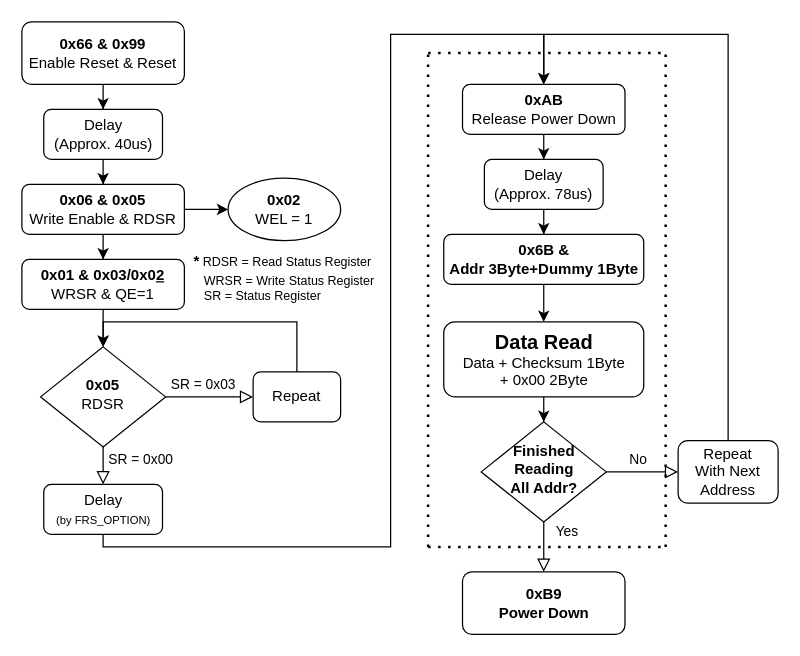
Earlier version of the draw.io diagram Untitled Diagram.drawio (ssafy-web-project-weather/Repo). Source tidied: cells renumbered, new cells numbered last; positions are measured from the earlier drawing's top-left corner, leaving out a move shared by most shapes. Both pictures are drawn from the tidied source at 125%, with x=0, y=0 at pixel (21, 21).
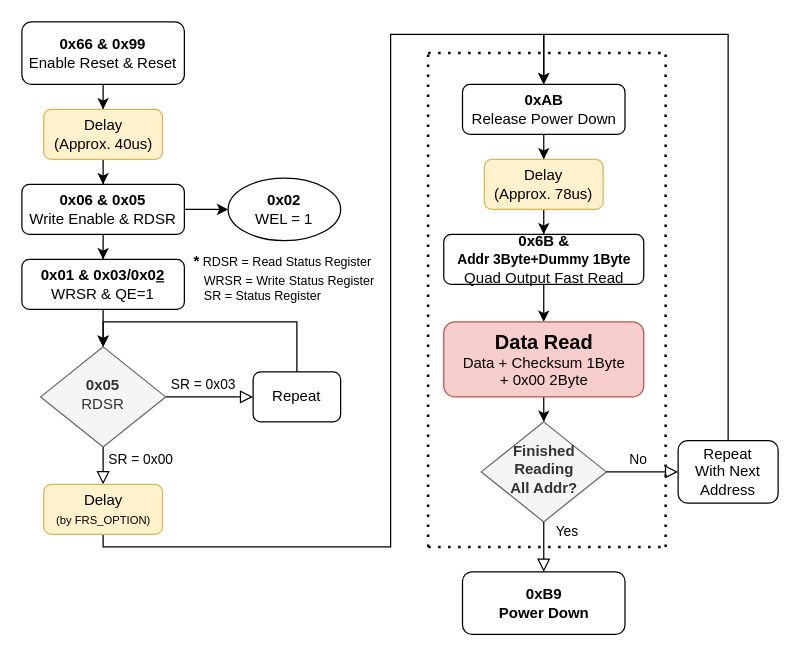
The same page after the edit.

What changed in the source:
```diff
@@
-    <mxCell id="5" value="Delay&lt;br&gt;(Approx. 40us)" style="rounded=1;whiteSpace=wrap;html=1;fontSize=12;glass=0;strokeWidth=1;shadow=0;" parent="1" vertex="1">
+    <mxCell id="5" value="Delay&lt;br&gt;(Approx. 40us)" style="rounded=1;whiteSpace=wrap;html=1;fontSize=12;glass=0;strokeWidth=1;shadow=0;fillColor=#fff2cc;strokeColor=#d6b656;" parent="1" vertex="1">
       <mxGeometry x="17.5" y="70" width="95" height="40" as="geometry" />
     </mxCell>
@@
-    <mxCell id="8" value="&lt;b&gt;0x05&lt;/b&gt;&lt;br&gt;RDSR" style="rhombus;whiteSpace=wrap;html=1;shadow=0;fontFamily=Helvetica;fontSize=12;align=center;strokeWidth=1;spacing=6;spacingTop=-4;" parent="1" vertex="1">
+    <mxCell id="8" value="&lt;b&gt;0x05&lt;/b&gt;&lt;br&gt;RDSR" style="rhombus;whiteSpace=wrap;html=1;shadow=0;fontFamily=Helvetica;fontSize=12;align=center;strokeWidth=1;spacing=6;spacingTop=-4;fillColor=#f5f5f5;fontColor=#333333;strokeColor=#666666;" parent="1" vertex="1">
       <mxGeometry x="15" y="260" width="100" height="80" as="geometry" />
     </mxCell>
@@
-    <mxCell id="19" value="Delay&lt;br&gt;&lt;font style=&quot;font-size: 9px&quot;&gt;(by FRS_OPTION)&lt;/font&gt;" style="rounded=1;whiteSpace=wrap;html=1;fontSize=12;glass=0;strokeWidth=1;shadow=0;" parent="1" vertex="1">
+    <mxCell id="19" value="Delay&lt;br&gt;&lt;font style=&quot;font-size: 9px&quot;&gt;(by FRS_OPTION)&lt;/font&gt;" style="rounded=1;whiteSpace=wrap;html=1;fontSize=12;glass=0;strokeWidth=1;shadow=0;fillColor=#fff2cc;strokeColor=#d6b656;" parent="1" vertex="1">
       <mxGeometry x="17.5" y="370" width="95" height="40" as="geometry" />
     </mxCell>
@@
-    <mxCell id="23" value="Delay&lt;br&gt;(Approx. 78us)" style="rounded=1;whiteSpace=wrap;html=1;fontSize=12;glass=0;strokeWidth=1;shadow=0;" parent="1" vertex="1">
+    <mxCell id="23" value="Delay&lt;br&gt;(Approx. 78us)" style="rounded=1;whiteSpace=wrap;html=1;fontSize=12;glass=0;strokeWidth=1;shadow=0;fillColor=#fff2cc;strokeColor=#d6b656;" parent="1" vertex="1">
       <mxGeometry x="370" y="110" width="95" height="40" as="geometry" />
     </mxCell>
@@
-    <mxCell id="25" value="&lt;b&gt;0x6B &amp;amp;&lt;br&gt;Addr 3Byte+Dummy 1Byte&lt;/b&gt;" style="whiteSpace=wrap;html=1;rounded=1;shadow=0;strokeWidth=1;glass=0;" parent="1" vertex="1">
+    <mxCell id="25" value="&lt;b&gt;0x6B &amp;amp;&lt;/b&gt;&lt;br&gt;&lt;font style=&quot;font-size: 11px&quot;&gt;&lt;b&gt;Addr 3Byte+Dummy 1Byte&lt;/b&gt;&lt;br&gt;&lt;/font&gt;Quad Output Fast Read" style="whiteSpace=wrap;html=1;rounded=1;shadow=0;strokeWidth=1;glass=0;" parent="1" vertex="1">
       <mxGeometry x="337.5" y="170" width="160" height="40" as="geometry" />
     </mxCell>
@@
-    <mxCell id="27" value="&lt;b style=&quot;font-size: 16px&quot;&gt;Data Read&lt;br&gt;&lt;/b&gt;Data + Checksum 1Byte&lt;br&gt;+ 0x00 2Byte" style="whiteSpace=wrap;html=1;rounded=1;shadow=0;strokeWidth=1;glass=0;" parent="1" vertex="1">
+    <mxCell id="27" value="&lt;b style=&quot;font-size: 16px&quot;&gt;Data Read&lt;br&gt;&lt;/b&gt;Data + Checksum 1Byte&lt;br&gt;+ 0x00 2Byte" style="whiteSpace=wrap;html=1;rounded=1;shadow=0;strokeWidth=1;glass=0;fillColor=#f8cecc;strokeColor=#b85450;" parent="1" vertex="1">
       <mxGeometry x="337.5" y="240" width="160" height="60" as="geometry" />
     </mxCell>
-    <mxCell id="28" value="&lt;b&gt;Finished&lt;br&gt;Reading&lt;br&gt;All Addr?&lt;br&gt;&lt;/b&gt;" style="rhombus;whiteSpace=wrap;html=1;shadow=0;fontFamily=Helvetica;fontSize=12;align=center;strokeWidth=1;spacing=6;spacingTop=-4;" parent="1" vertex="1">
+    <mxCell id="28" value="&lt;b&gt;Finished&lt;br&gt;Reading&lt;br&gt;All Addr?&lt;br&gt;&lt;/b&gt;" style="rhombus;whiteSpace=wrap;html=1;shadow=0;fontFamily=Helvetica;fontSize=12;align=center;strokeWidth=1;spacing=6;spacingTop=-4;fillColor=#f5f5f5;fontColor=#333333;strokeColor=#666666;" parent="1" vertex="1">
       <mxGeometry x="367.5" y="320" width="100" height="80" as="geometry" />
     </mxCell>
```
